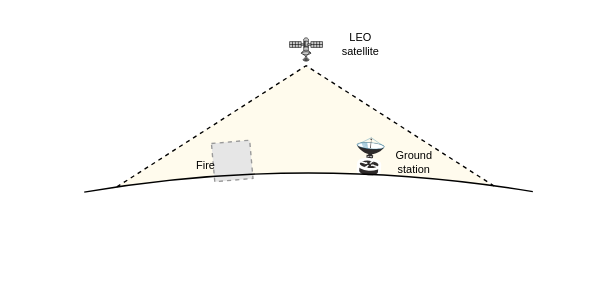
Earlier version of the draw.io diagram Topology scenario 1.drawio (Mast3rwaf1z/p4). Source tidied: cells renumbered, new cells numbered last; positions are measured from the earlier drawing's top-left corner, leaving out a move shared by most shapes. Both pictures are drawn from the tidied source at 137%, with x=0, y=0 at pixel (23, -97). Pictures stored in the file or linked from it are replaced by grey dashed boxes.
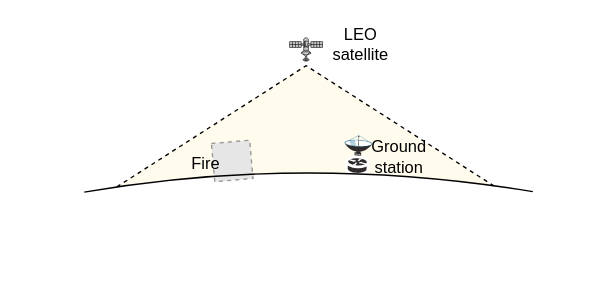
Above is the later version.

Commit message:
increased text size to 12

Diff of the diagram source:
```diff
@@
 <mxGraphModel>
   <root>
     <mxCell id="0" />
     <mxCell id="1" parent="0" />
     <mxCell id="2" style="triangle;whiteSpace=wrap;html=1;fillColor=#fff2cc;dashed=1;rotation=-90;strokeColor=none;opacity=35;" parent="1" vertex="1">
       <mxGeometry x="150" y="0.5" width="111.1" height="347" as="geometry" />
     </mxCell>
     <mxCell id="3" style="triangle;whiteSpace=wrap;html=1;fillColor=none;dashed=1;rotation=-90;" parent="1" vertex="1">
       <mxGeometry x="150.4" y="0.5" width="111.1" height="347" as="geometry" />
     </mxCell>
     <mxCell id="4" style="ellipse;whiteSpace=wrap;html=1;fontSize=8;fillColor=default;strokeColor=none;" parent="1" vertex="1">
       <mxGeometry y="197" width="415" height="80" as="geometry" />
     </mxCell>
     <mxCell id="5" style="fontColor=#0066CC;verticalAlign=top;verticalLabelPosition=bottom;labelPosition=center;align=center;html=1;fillColor=#CCCCCC;strokeColor=#000000;gradientColor=none;gradientDirection=north;strokeWidth=2;shape=mxgraph.networks.satellite;rotation=-45;" parent="1" vertex="1">
       <mxGeometry x="195.9" y="93" width="20" height="20" as="geometry" />
     </mxCell>
     <mxCell id="6" style="fillColor=#E6E6E6;strokeColor=#999999;dashed=1;html=1;verticalAlign=top;verticalLabelPosition=bottom;labelBackgroundColor=#ffffff;rotation=-5;" parent="1" vertex="1">
       <mxGeometry x="138" y="174" width="28" height="28" as="geometry" />
     </mxCell>
-    <mxCell id="7" style="shape=mxgraph.cisco.wireless.ground_terminal;html=1;dashed=0;fillColor=#2E2A2A;strokeColor=#ffffff;strokeWidth=2;verticalLabelPosition=bottom;verticalAlign=top;align=center;rotation=-85.4;direction=south;" parent="1" vertex="1">
-      <mxGeometry x="237.7" y="174.8" width="29.4" height="20" as="geometry" />
+    <mxCell id="7" style="shape=mxgraph.cisco.wireless.ground_terminal;html=1;dashed=0;fillColor=#2E2A2A;strokeColor=#ffffff;strokeWidth=2;verticalLabelPosition=bottom;verticalAlign=top;align=center;rotation=-87.1;direction=south;" parent="1" vertex="1">
+      <mxGeometry x="229" y="173" width="29.4" height="20" as="geometry" />
     </mxCell>
-    <mxCell id="8" value="&lt;font style=&quot;font-size: 8px&quot;&gt;Fire&lt;/font&gt;" style="text;html=1;strokeColor=none;fillColor=none;align=center;verticalAlign=middle;whiteSpace=wrap;rounded=0;" parent="1" vertex="1">
+    <mxCell id="8" value="&lt;font style=&quot;font-size: 12px&quot;&gt;Fire&lt;/font&gt;" style="text;html=1;strokeColor=none;fillColor=none;align=center;verticalAlign=middle;whiteSpace=wrap;rounded=0;" parent="1" vertex="1">
       <mxGeometry x="103" y="175" width="60" height="30" as="geometry" />
     </mxCell>
     <mxCell id="9" style="endArrow=none;html=1;fontSize=8;curved=1;exitX=0.106;exitY=0.172;exitDx=0;exitDy=0;exitPerimeter=0;entryX=0.895;entryY=0.167;entryDx=0;entryDy=0;entryPerimeter=0;" parent="1" edge="1" source="4" target="4">
       <mxGeometry relative="1" as="geometry">
         <Array as="points">
           <mxPoint x="205" y="183" />
         </Array>
       </mxGeometry>
     </mxCell>
-    <mxCell id="10" value="Ground&lt;br&gt;station" style="text;html=1;strokeColor=none;fillColor=none;align=center;verticalAlign=middle;whiteSpace=wrap;rounded=0;fontSize=8;" parent="1" vertex="1">
-      <mxGeometry x="255" y="174" width="60" height="30" as="geometry" />
+    <mxCell id="10" value="&lt;font style=&quot;font-size: 12px&quot;&gt;Ground&lt;br&gt;station&lt;/font&gt;" style="text;html=1;strokeColor=none;fillColor=none;align=center;verticalAlign=middle;whiteSpace=wrap;rounded=0;fontSize=8;" parent="1" vertex="1">
+      <mxGeometry x="244" y="170" width="60" height="30" as="geometry" />
     </mxCell>
-    <mxCell id="11" value="&lt;div&gt;LEO&lt;/div&gt;&lt;div&gt;satellite&lt;br&gt;&lt;/div&gt;" style="text;html=1;strokeColor=none;fillColor=none;align=center;verticalAlign=middle;whiteSpace=wrap;rounded=0;fontSize=8;" parent="1" vertex="1">
+    <mxCell id="11" value="&lt;div style=&quot;font-size: 12px&quot;&gt;&lt;font style=&quot;font-size: 12px&quot;&gt;LEO&lt;/font&gt;&lt;/div&gt;&lt;div style=&quot;font-size: 12px&quot;&gt;&lt;font style=&quot;font-size: 12px&quot;&gt;satellite&lt;br&gt;&lt;/font&gt;&lt;/div&gt;" style="text;html=1;strokeColor=none;fillColor=none;align=center;verticalAlign=middle;whiteSpace=wrap;rounded=0;fontSize=8;" parent="1" vertex="1">
       <mxGeometry x="215.9" y="88" width="60" height="30" as="geometry" />
     </mxCell>
   </root>
 </mxGraphModel>
```
